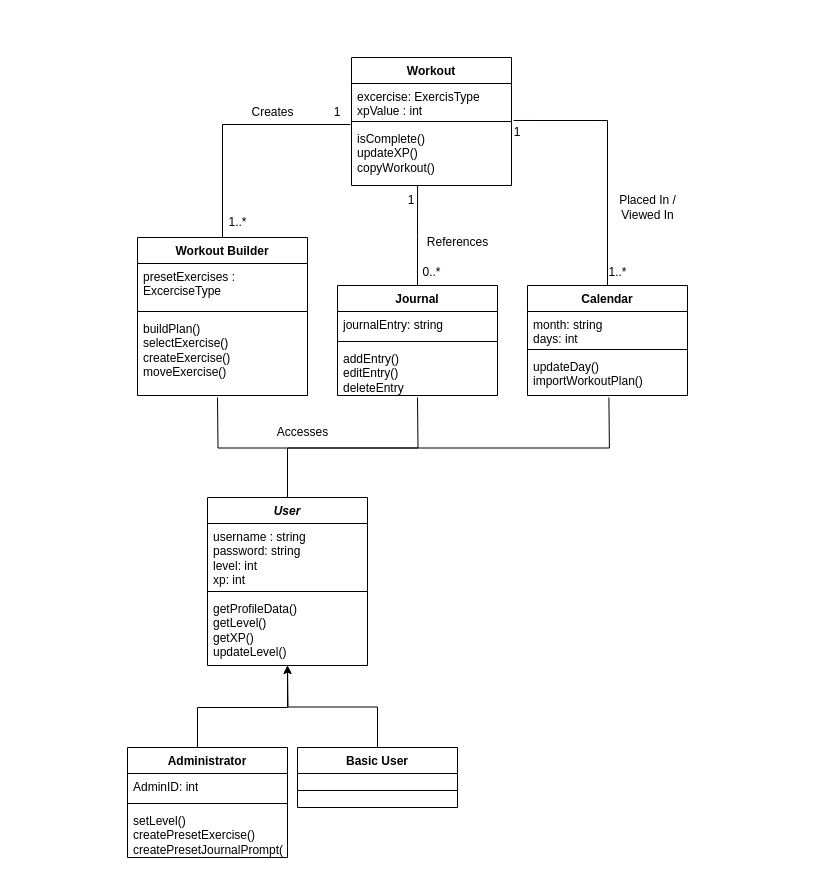
Above: Extra Files/other files/UML Class Diagram.drawio in rjb489/CS386-wkgOut (draw.io), before the change. Source tidied: cells renumbered, new cells numbered last; positions are measured from the earlier drawing's top-left corner, leaving out a move shared by most shapes. Both pictures are drawn from the tidied source at 100%, with x=0, y=0 at pixel (127, 57).
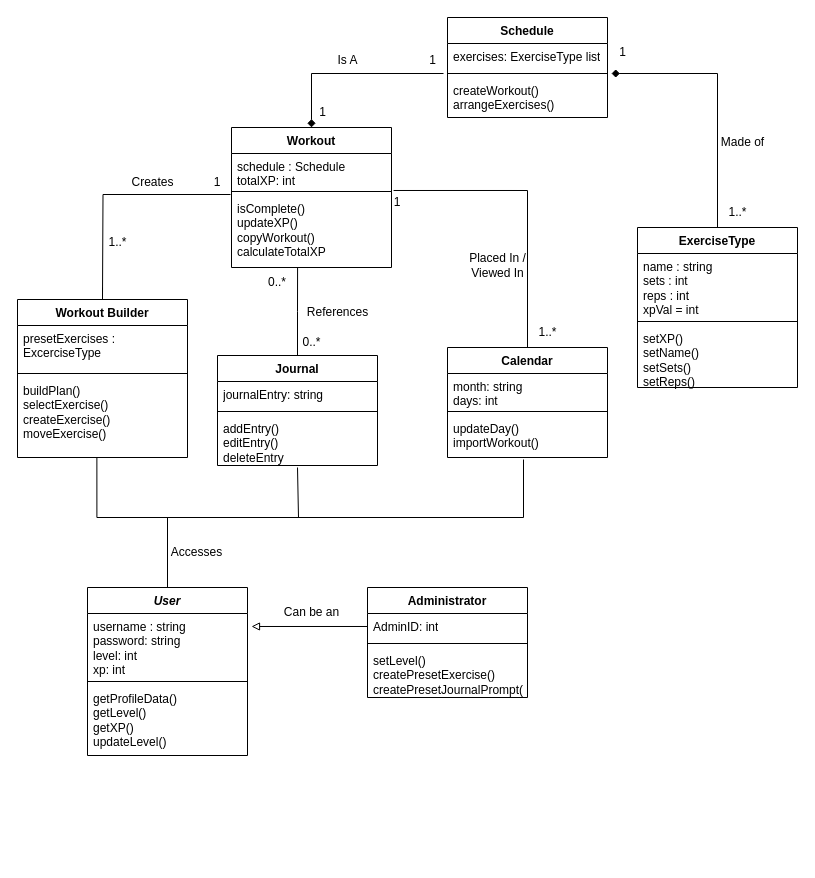
The same page after the edit.

Commit message (it also covers changes not shown here):
Updated UML Diagram and added UML Image

Unchanged cells that the change refers to:
```xml
<mxCell id="5" value="buildPlan()&lt;br&gt;selectExercise()&lt;br&gt;createExercise()&lt;br&gt;moveExercise()" style="text;strokeColor=none;fillColor=none;align=left;verticalAlign=top;spacingLeft=4;spacingRight=4;overflow=hidden;points=[[0,0.5],[1,0.5]];portConstraint=eastwest;whiteSpace=wrap;html=1;" parent="2" vertex="1">
  <mxGeometry y="78" width="170" height="80" as="geometry" />
</mxCell>
<mxCell id="10" value="username : string&lt;br&gt;password: string&lt;br&gt;level: int&lt;br&gt;xp: int" style="text;strokeColor=none;fillColor=none;align=left;verticalAlign=top;spacingLeft=4;spacingRight=4;overflow=hidden;points=[[0,0.5],[1,0.5]];portConstraint=eastwest;whiteSpace=wrap;html=1;" parent="9" vertex="1">
  <mxGeometry y="26" width="160" height="64" as="geometry" />
</mxCell>
<mxCell id="43" value="AdminID: int" style="text;strokeColor=none;fillColor=none;align=left;verticalAlign=top;spacingLeft=4;spacingRight=4;overflow=hidden;points=[[0,0.5],[1,0.5]];portConstraint=eastwest;whiteSpace=wrap;html=1;" parent="42" vertex="1">
  <mxGeometry y="26" width="160" height="26" as="geometry" />
</mxCell>
```

Diff of the diagram source:
```diff
@@
+    <mxCell id="46" style="edgeStyle=orthogonalEdgeStyle;rounded=0;jettySize=auto;html=1;exitX=0.5;exitY=0;exitDx=0;exitDy=0;endArrow=none;endFill=0;" parent="1" edge="1" source="2">
+      <mxGeometry relative="1" as="geometry">
+        <mxPoint x="-25" y="230" as="targetPoint" />
+      </mxGeometry>
+    </mxCell>
     <mxCell id="2" value="Workout Builder" style="swimlane;fontStyle=1;align=center;verticalAlign=top;horizontal=1;startSize=26;whiteSpace=wrap;html=1;" parent="1" vertex="1">
-      <mxGeometry x="10" y="180" width="170" height="158" as="geometry" />
+      <mxGeometry x="-110" y="242" width="170" height="158" as="geometry" />
     </mxCell>
@@
-    <mxCell id="6" style="edgeStyle=orthogonalEdgeStyle;rounded=0;jettySize=auto;html=1;exitX=0.5;exitY=0;exitDx=0;exitDy=0;endArrow=none;endFill=0;" parent="1" edge="1" source="9">
+    <mxCell id="6" style="edgeStyle=orthogonalEdgeStyle;rounded=0;jettySize=auto;html=1;exitX=0.5;exitY=0;exitDx=0;exitDy=0;endArrow=none;endFill=0;entryX=0.467;entryY=0.996;entryDx=0;entryDy=0;entryPerimeter=0;" parent="1" edge="1" source="9" target="5">
       <mxGeometry relative="1" as="geometry">
-        <mxPoint x="90" y="340" as="targetPoint" />
+        <Array as="points">
+          <mxPoint x="40" y="460" />
+          <mxPoint x="-31" y="460" />
+        </Array>
       </mxGeometry>
     </mxCell>
     <mxCell id="7" style="edgeStyle=orthogonalEdgeStyle;rounded=0;jettySize=auto;html=1;exitX=0.5;exitY=0;exitDx=0;exitDy=0;endArrow=none;endFill=0;" parent="1" edge="1" source="9">
       <mxGeometry relative="1" as="geometry">
-        <mxPoint x="290" y="340" as="targetPoint" />
+        <mxPoint x="170" y="410" as="targetPoint" />
+        <Array as="points">
+          <mxPoint x="40" y="460" />
+          <mxPoint x="171" y="460" />
+          <mxPoint x="171" y="410" />
+        </Array>
       </mxGeometry>
     </mxCell>
-    <mxCell id="8" style="edgeStyle=orthogonalEdgeStyle;rounded=0;jettySize=auto;html=1;exitX=0.5;exitY=0;exitDx=0;exitDy=0;endArrow=none;endFill=0;" parent="1" edge="1" source="9">
+    <mxCell id="8" style="edgeStyle=orthogonalEdgeStyle;rounded=0;jettySize=auto;html=1;exitX=0.5;exitY=0;exitDx=0;exitDy=0;endArrow=none;endFill=0;entryX=0.475;entryY=1.048;entryDx=0;entryDy=0;entryPerimeter=0;" parent="1" edge="1" source="9" target="16">
       <mxGeometry relative="1" as="geometry">
-        <mxPoint x="481.4" y="340" as="targetPoint" />
+        <Array as="points">
+          <mxPoint x="40" y="460" />
+          <mxPoint x="396" y="460" />
+        </Array>
       </mxGeometry>
     </mxCell>
     <mxCell id="9" value="&lt;i&gt;User&lt;/i&gt;" style="swimlane;fontStyle=1;align=center;verticalAlign=top;horizontal=1;startSize=26;whiteSpace=wrap;html=1;" parent="1" vertex="1">
-      <mxGeometry x="80" y="440" width="160" height="168" as="geometry" />
+      <mxGeometry x="-40" y="530" width="160" height="168" as="geometry" />
     </mxCell>
@@
     <mxCell id="13" value="Calendar" style="swimlane;fontStyle=1;align=center;verticalAlign=top;horizontal=1;startSize=26;whiteSpace=wrap;html=1;" parent="1" vertex="1">
-      <mxGeometry x="400" y="228" width="160" height="110" as="geometry" />
+      <mxGeometry x="320" y="290" width="160" height="110" as="geometry" />
     </mxCell>
@@
-    <mxCell id="16" value="updateDay()&lt;br&gt;importWorkoutPlan()" style="text;strokeColor=none;fillColor=none;align=left;verticalAlign=top;spacingLeft=4;spacingRight=4;overflow=hidden;points=[[0,0.5],[1,0.5]];portConstraint=eastwest;whiteSpace=wrap;html=1;" parent="13" vertex="1">
+    <mxCell id="16" value="updateDay()&lt;br&gt;importWorkout()" style="text;strokeColor=none;fillColor=none;align=left;verticalAlign=top;spacingLeft=4;spacingRight=4;overflow=hidden;points=[[0,0.5],[1,0.5]];portConstraint=eastwest;whiteSpace=wrap;html=1;" parent="13" vertex="1">
       <mxGeometry y="68" width="160" height="42" as="geometry" />
     </mxCell>
     <mxCell id="17" value="Journal" style="swimlane;fontStyle=1;align=center;verticalAlign=top;horizontal=1;startSize=26;whiteSpace=wrap;html=1;" parent="1" vertex="1">
-      <mxGeometry x="210" y="228" width="160" height="110" as="geometry" />
+      <mxGeometry x="90" y="298" width="160" height="110" as="geometry" />
     </mxCell>
@@
-    <mxCell id="21" style="edgeStyle=orthogonalEdgeStyle;rounded=0;jettySize=auto;html=1;entryX=0.5;entryY=1;entryDx=0;entryDy=0;" parent="1" edge="1" target="9">
-      <mxGeometry relative="1" as="geometry">
-        <mxPoint x="70" y="690" as="sourcePoint" />
-        <Array as="points">
-          <mxPoint x="70" y="650" />
-          <mxPoint x="160" y="650" />
-        </Array>
-      </mxGeometry>
-    </mxCell>
-    <mxCell id="22" style="edgeStyle=orthogonalEdgeStyle;rounded=0;jettySize=auto;html=1;exitX=0.5;exitY=0;exitDx=0;exitDy=0;" parent="1" edge="1" source="23">
-      <mxGeometry relative="1" as="geometry">
-        <mxPoint x="160" y="608" as="targetPoint" />
-      </mxGeometry>
-    </mxCell>
-    <mxCell id="23" value="Basic User" style="swimlane;fontStyle=1;align=center;verticalAlign=top;horizontal=1;startSize=26;whiteSpace=wrap;html=1;" parent="1" vertex="1">
-      <mxGeometry x="170" y="690" width="160" height="60" as="geometry" />
-    </mxCell>
-    <mxCell id="24" style="line;strokeWidth=1;fillColor=none;align=left;verticalAlign=middle;spacingTop=-1;spacingLeft=3;spacingRight=3;labelPosition=right;strokeColor=inherit;" parent="23" vertex="1">
-      <mxGeometry y="26" width="160" height="34" as="geometry" />
-    </mxCell>
     <mxCell id="25" value="Accesses" style="text;html=1;align=center;verticalAlign=middle;strokeColor=none;fillColor=none;" parent="1" vertex="1">
-      <mxGeometry x="140" y="360" width="70" height="30" as="geometry" />
+      <mxGeometry x="34" y="480" width="70" height="30" as="geometry" />
     </mxCell>
     <mxCell id="26" value="Workout" style="swimlane;fontStyle=1;align=center;verticalAlign=top;horizontal=1;startSize=26;whiteSpace=wrap;html=1;" parent="1" vertex="1">
-      <mxGeometry x="224" width="160" height="128" as="geometry" />
+      <mxGeometry x="104" y="70" width="160" height="140" as="geometry" />
     </mxCell>
-    <mxCell id="27" value="excercise: ExercisType&lt;br&gt;xpValue : int" style="text;strokeColor=none;fillColor=none;align=left;verticalAlign=top;spacingLeft=4;spacingRight=4;overflow=hidden;points=[[0,0.5],[1,0.5]];portConstraint=eastwest;whiteSpace=wrap;html=1;" parent="26" vertex="1">
+    <mxCell id="27" value="schedule : Schedule totalXP: int" style="text;strokeColor=none;fillColor=none;align=left;verticalAlign=top;spacingLeft=4;spacingRight=4;overflow=hidden;points=[[0,0.5],[1,0.5]];portConstraint=eastwest;whiteSpace=wrap;html=1;" parent="26" vertex="1">
       <mxGeometry y="26" width="160" height="34" as="geometry" />
     </mxCell>
@@
-    <mxCell id="29" value="isComplete()&lt;br&gt;updateXP()&lt;div&gt;copyWorkout()&lt;/div&gt;" style="text;strokeColor=none;fillColor=none;align=left;verticalAlign=top;spacingLeft=4;spacingRight=4;overflow=hidden;points=[[0,0.5],[1,0.5]];portConstraint=eastwest;whiteSpace=wrap;html=1;" parent="26" vertex="1">
-      <mxGeometry y="68" width="160" height="60" as="geometry" />
+    <mxCell id="29" value="isComplete()&lt;br&gt;updateXP()&lt;div&gt;copyWorkout()&lt;/div&gt;&lt;div&gt;calculateTotalXP&lt;/div&gt;" style="text;strokeColor=none;fillColor=none;align=left;verticalAlign=top;spacingLeft=4;spacingRight=4;overflow=hidden;points=[[0,0.5],[1,0.5]];portConstraint=eastwest;whiteSpace=wrap;html=1;" parent="26" vertex="1">
+      <mxGeometry y="68" width="160" height="72" as="geometry" />
     </mxCell>
-    <mxCell id="30" style="edgeStyle=orthogonalEdgeStyle;rounded=0;jettySize=auto;html=1;exitX=0.5;exitY=0;exitDx=0;exitDy=0;entryX=-0.006;entryY=1.206;entryDx=0;entryDy=0;entryPerimeter=0;endArrow=none;endFill=0;" parent="1" edge="1" source="2" target="27">
-      <mxGeometry relative="1" as="geometry" />
+    <mxCell id="30" style="edgeStyle=orthogonalEdgeStyle;rounded=0;jettySize=auto;html=1;entryX=-0.006;entryY=1.206;entryDx=0;entryDy=0;entryPerimeter=0;endArrow=none;endFill=0;" parent="1" edge="1" target="27">
+      <mxGeometry relative="1" as="geometry">
+        <mxPoint x="-25" y="240" as="sourcePoint" />
+      </mxGeometry>
     </mxCell>
@@
     <mxCell id="33" value="Creates" style="text;html=1;align=center;verticalAlign=middle;strokeColor=none;fillColor=none;" parent="1" vertex="1">
-      <mxGeometry x="110" y="40" width="70" height="30" as="geometry" />
+      <mxGeometry x="-10" y="110" width="70" height="30" as="geometry" />
     </mxCell>
     <mxCell id="34" value="References" style="text;html=1;align=center;verticalAlign=middle;strokeColor=none;fillColor=none;" parent="1" vertex="1">
-      <mxGeometry x="290" y="170" width="80" height="30" as="geometry" />
+      <mxGeometry x="170" y="240" width="80" height="30" as="geometry" />
     </mxCell>
     <mxCell id="35" value="Placed In / &lt;br&gt;Viewed In" style="text;html=1;align=center;verticalAlign=middle;strokeColor=none;fillColor=none;" parent="1" vertex="1">
-      <mxGeometry x="480" y="130" width="80" height="40" as="geometry" />
+      <mxGeometry x="330" y="188" width="80" height="40" as="geometry" />
     </mxCell>
     <mxCell id="36" value="1..*" style="text;html=1;align=center;verticalAlign=middle;strokeColor=none;fillColor=none;" parent="1" vertex="1">
-      <mxGeometry x="90" y="150" width="40" height="30" as="geometry" />
+      <mxGeometry x="-30" y="170" width="40" height="30" as="geometry" />
     </mxCell>
     <mxCell id="37" value="0..*" style="text;html=1;align=center;verticalAlign=middle;strokeColor=none;fillColor=none;" parent="1" vertex="1">
-      <mxGeometry x="284" y="200" width="40" height="30" as="geometry" />
+      <mxGeometry x="164" y="270" width="40" height="30" as="geometry" />
     </mxCell>
     <mxCell id="38" value="1..*" style="text;html=1;align=center;verticalAlign=middle;strokeColor=none;fillColor=none;" parent="1" vertex="1">
-      <mxGeometry x="470" y="200" width="40" height="30" as="geometry" />
+      <mxGeometry x="400" y="260" width="40" height="30" as="geometry" />
     </mxCell>
     <mxCell id="39" value="1" style="text;html=1;align=center;verticalAlign=middle;whiteSpace=wrap;rounded=0;" parent="1" vertex="1">
-      <mxGeometry x="180" y="40" width="60" height="30" as="geometry" />
+      <mxGeometry x="60" y="110" width="60" height="30" as="geometry" />
     </mxCell>
-    <mxCell id="40" value="1" style="text;html=1;align=center;verticalAlign=middle;whiteSpace=wrap;rounded=0;" parent="1" vertex="1">
-      <mxGeometry x="254" y="128" width="60" height="30" as="geometry" />
+    <mxCell id="40" value="0..*" style="text;html=1;align=center;verticalAlign=middle;whiteSpace=wrap;rounded=0;" parent="1" vertex="1">
+      <mxGeometry x="120" y="210" width="60" height="30" as="geometry" />
     </mxCell>
     <mxCell id="41" value="1" style="text;html=1;align=center;verticalAlign=middle;whiteSpace=wrap;rounded=0;" parent="1" vertex="1">
-      <mxGeometry x="360" y="60" width="60" height="30" as="geometry" />
+      <mxGeometry x="240" y="130" width="60" height="30" as="geometry" />
     </mxCell>
     <mxCell id="42" value="Administrator" style="swimlane;fontStyle=1;align=center;verticalAlign=top;horizontal=1;startSize=26;whiteSpace=wrap;html=1;" parent="1" vertex="1">
-      <mxGeometry y="690" width="160" height="110" as="geometry" />
+      <mxGeometry x="240" y="530" width="160" height="110" as="geometry" />
     </mxCell>
@@
+    <mxCell id="47" value="Schedule" style="swimlane;fontStyle=1;align=center;verticalAlign=top;horizontal=1;startSize=26;whiteSpace=wrap;html=1;" parent="1" vertex="1">
+      <mxGeometry x="320" y="-40" width="160" height="100" as="geometry" />
+    </mxCell>
+    <mxCell id="48" value="exercises: ExerciseType list" style="text;strokeColor=none;fillColor=none;align=left;verticalAlign=top;spacingLeft=4;spacingRight=4;overflow=hidden;points=[[0,0.5],[1,0.5]];portConstraint=eastwest;whiteSpace=wrap;html=1;" parent="47" vertex="1">
+      <mxGeometry y="26" width="160" height="26" as="geometry" />
+    </mxCell>
+    <mxCell id="49" style="line;strokeWidth=1;fillColor=none;align=left;verticalAlign=middle;spacingTop=-1;spacingLeft=3;spacingRight=3;labelPosition=right;strokeColor=inherit;" parent="47" vertex="1">
+      <mxGeometry y="52" width="160" height="8" as="geometry" />
+    </mxCell>
+    <mxCell id="50" value="createWorkout()&lt;br&gt;arrangeExercises()" style="text;strokeColor=none;fillColor=none;align=left;verticalAlign=top;spacingLeft=4;spacingRight=4;overflow=hidden;points=[[0,0.5],[1,0.5]];portConstraint=eastwest;whiteSpace=wrap;html=1;" parent="47" vertex="1">
+      <mxGeometry y="60" width="160" height="40" as="geometry" />
+    </mxCell>
+    <mxCell id="51" value="ExerciseType" style="swimlane;fontStyle=1;align=center;verticalAlign=top;horizontal=1;startSize=26;whiteSpace=wrap;html=1;" parent="1" vertex="1">
+      <mxGeometry x="510" y="170" width="160" height="160" as="geometry" />
+    </mxCell>
+    <mxCell id="52" value="name : string&lt;br&gt;sets : int&lt;br&gt;reps : int&lt;br&gt;xpVal = int" style="text;strokeColor=none;fillColor=none;align=left;verticalAlign=top;spacingLeft=4;spacingRight=4;overflow=hidden;whiteSpace=wrap;html=1;" parent="51" vertex="1">
+      <mxGeometry y="26" width="160" height="64" as="geometry" />
+    </mxCell>
+    <mxCell id="53" style="line;strokeWidth=1;fillColor=none;align=left;verticalAlign=middle;spacingTop=-1;spacingLeft=3;spacingRight=3;labelPosition=right;strokeColor=inherit;" parent="51" vertex="1">
+      <mxGeometry y="90" width="160" height="8" as="geometry" />
+    </mxCell>
+    <mxCell id="54" value="setXP()&lt;br&gt;setName()&lt;br&gt;setSets()&lt;br&gt;setReps()" style="text;strokeColor=none;fillColor=none;align=left;verticalAlign=top;spacingLeft=4;spacingRight=4;overflow=hidden;whiteSpace=wrap;html=1;" parent="51" vertex="1">
+      <mxGeometry y="98" width="160" height="62" as="geometry" />
+    </mxCell>
+    <mxCell id="55" style="edgeStyle=orthogonalEdgeStyle;rounded=0;jettySize=auto;html=1;exitX=0.5;exitY=0;exitDx=0;exitDy=0;entryX=-0.025;entryY=-0.1;entryDx=0;entryDy=0;entryPerimeter=0;endArrow=none;endFill=0;startArrow=diamond;startFill=1;" parent="1" edge="1" source="26" target="50">
+      <mxGeometry relative="1" as="geometry" />
+    </mxCell>
+    <mxCell id="56" value="1" style="text;html=1;align=center;verticalAlign=middle;strokeColor=none;fillColor=none;" parent="1" vertex="1">
+      <mxGeometry x="180" y="40" width="30" height="30" as="geometry" />
+    </mxCell>
+    <mxCell id="57" value="1" style="text;html=1;align=center;verticalAlign=middle;strokeColor=none;fillColor=none;" parent="1" vertex="1">
+      <mxGeometry x="290" y="-12" width="30" height="30" as="geometry" />
+    </mxCell>
+    <mxCell id="58" value="1..*" style="text;html=1;align=center;verticalAlign=middle;strokeColor=none;fillColor=none;" parent="1" vertex="1">
+      <mxGeometry x="590" y="140" width="40" height="30" as="geometry" />
+    </mxCell>
+    <mxCell id="59" value="1" style="text;html=1;align=center;verticalAlign=middle;strokeColor=none;fillColor=none;" parent="1" vertex="1">
+      <mxGeometry x="480" y="-20" width="30" height="30" as="geometry" />
+    </mxCell>
+    <mxCell id="60" value="Is A" style="text;html=1;align=center;verticalAlign=middle;strokeColor=none;fillColor=none;" parent="1" vertex="1">
+      <mxGeometry x="200" y="-12" width="40" height="30" as="geometry" />
+    </mxCell>
+    <mxCell id="61" value="Made of" style="text;html=1;align=center;verticalAlign=middle;strokeColor=none;fillColor=none;" parent="1" vertex="1">
+      <mxGeometry x="580" y="70" width="70" height="30" as="geometry" />
+    </mxCell>
+    <mxCell id="62" style="edgeStyle=orthogonalEdgeStyle;rounded=0;jettySize=auto;html=1;entryX=1.025;entryY=0.203;entryDx=0;entryDy=0;entryPerimeter=0;endArrow=block;endFill=0;" parent="1" edge="1" source="43" target="10">
+      <mxGeometry relative="1" as="geometry" />
+    </mxCell>
+    <mxCell id="63" value="Can be an" style="text;html=1;align=center;verticalAlign=middle;strokeColor=none;fillColor=none;" parent="1" vertex="1">
+      <mxGeometry x="144" y="540" width="80" height="30" as="geometry" />
+    </mxCell>
+    <mxCell id="64" style="edgeStyle=orthogonalEdgeStyle;rounded=0;jettySize=auto;html=1;exitX=0.5;exitY=0;exitDx=0;exitDy=0;entryX=1.025;entryY=1.154;entryDx=0;entryDy=0;entryPerimeter=0;endArrow=diamond;endFill=1;" parent="1" edge="1" source="51" target="48">
+      <mxGeometry relative="1" as="geometry" />
+    </mxCell>
```
